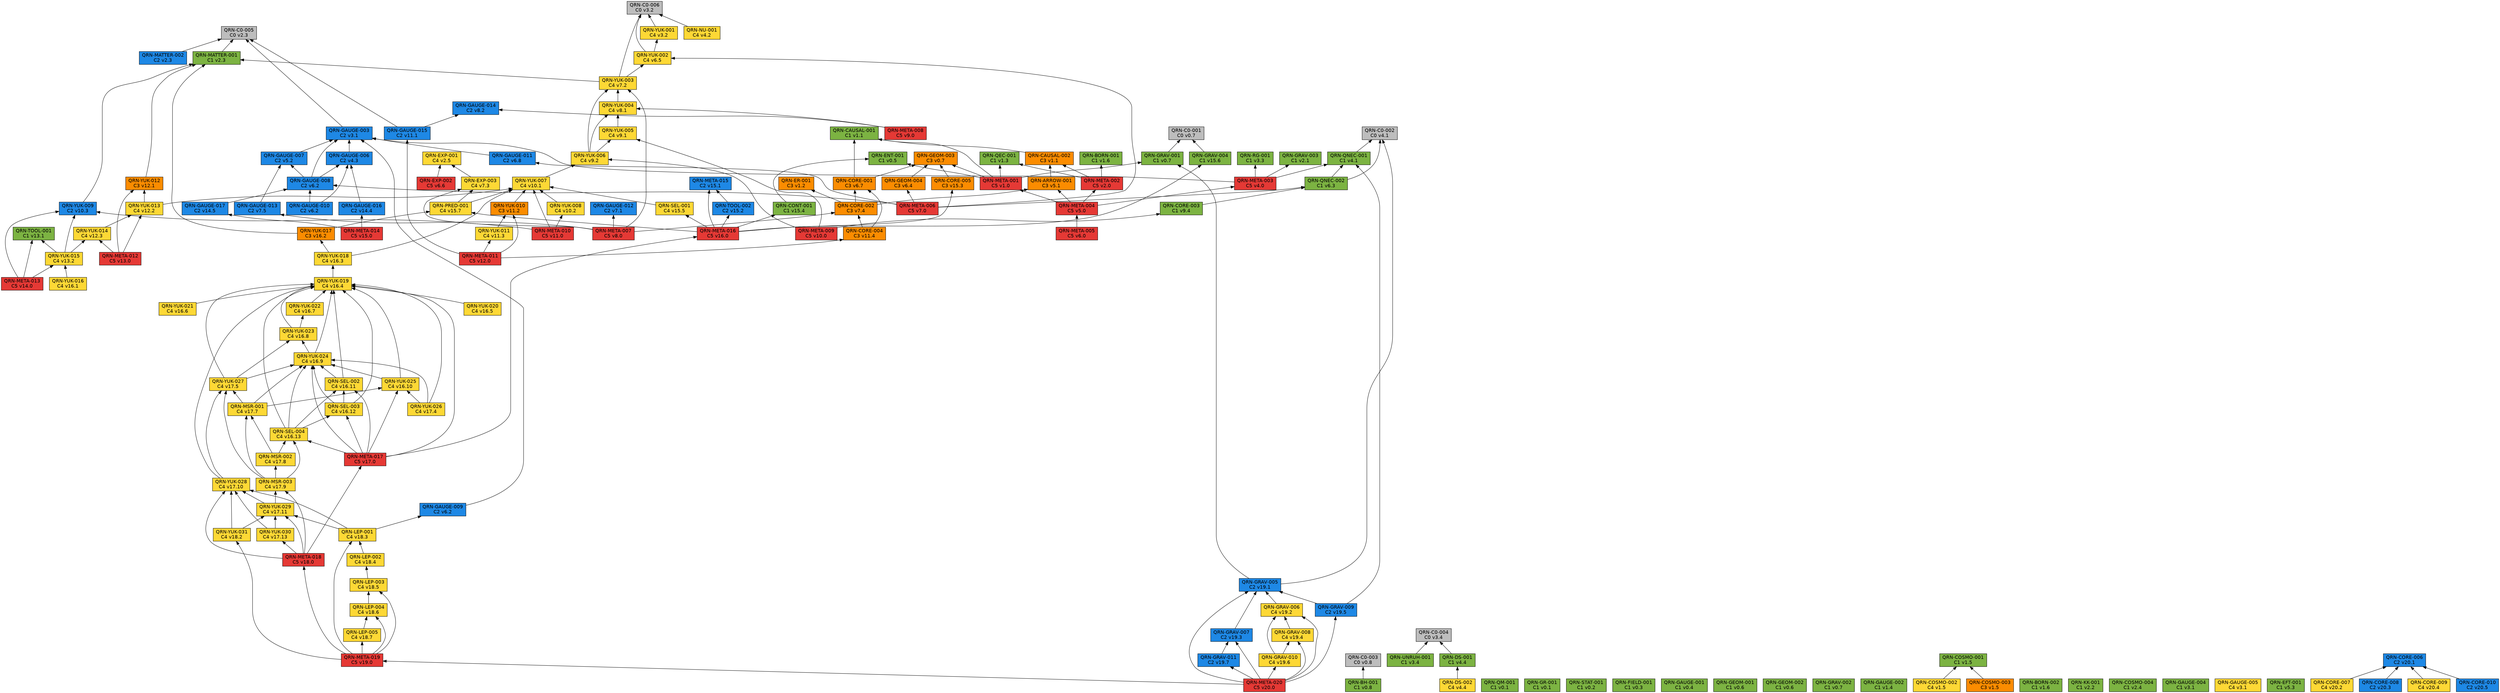
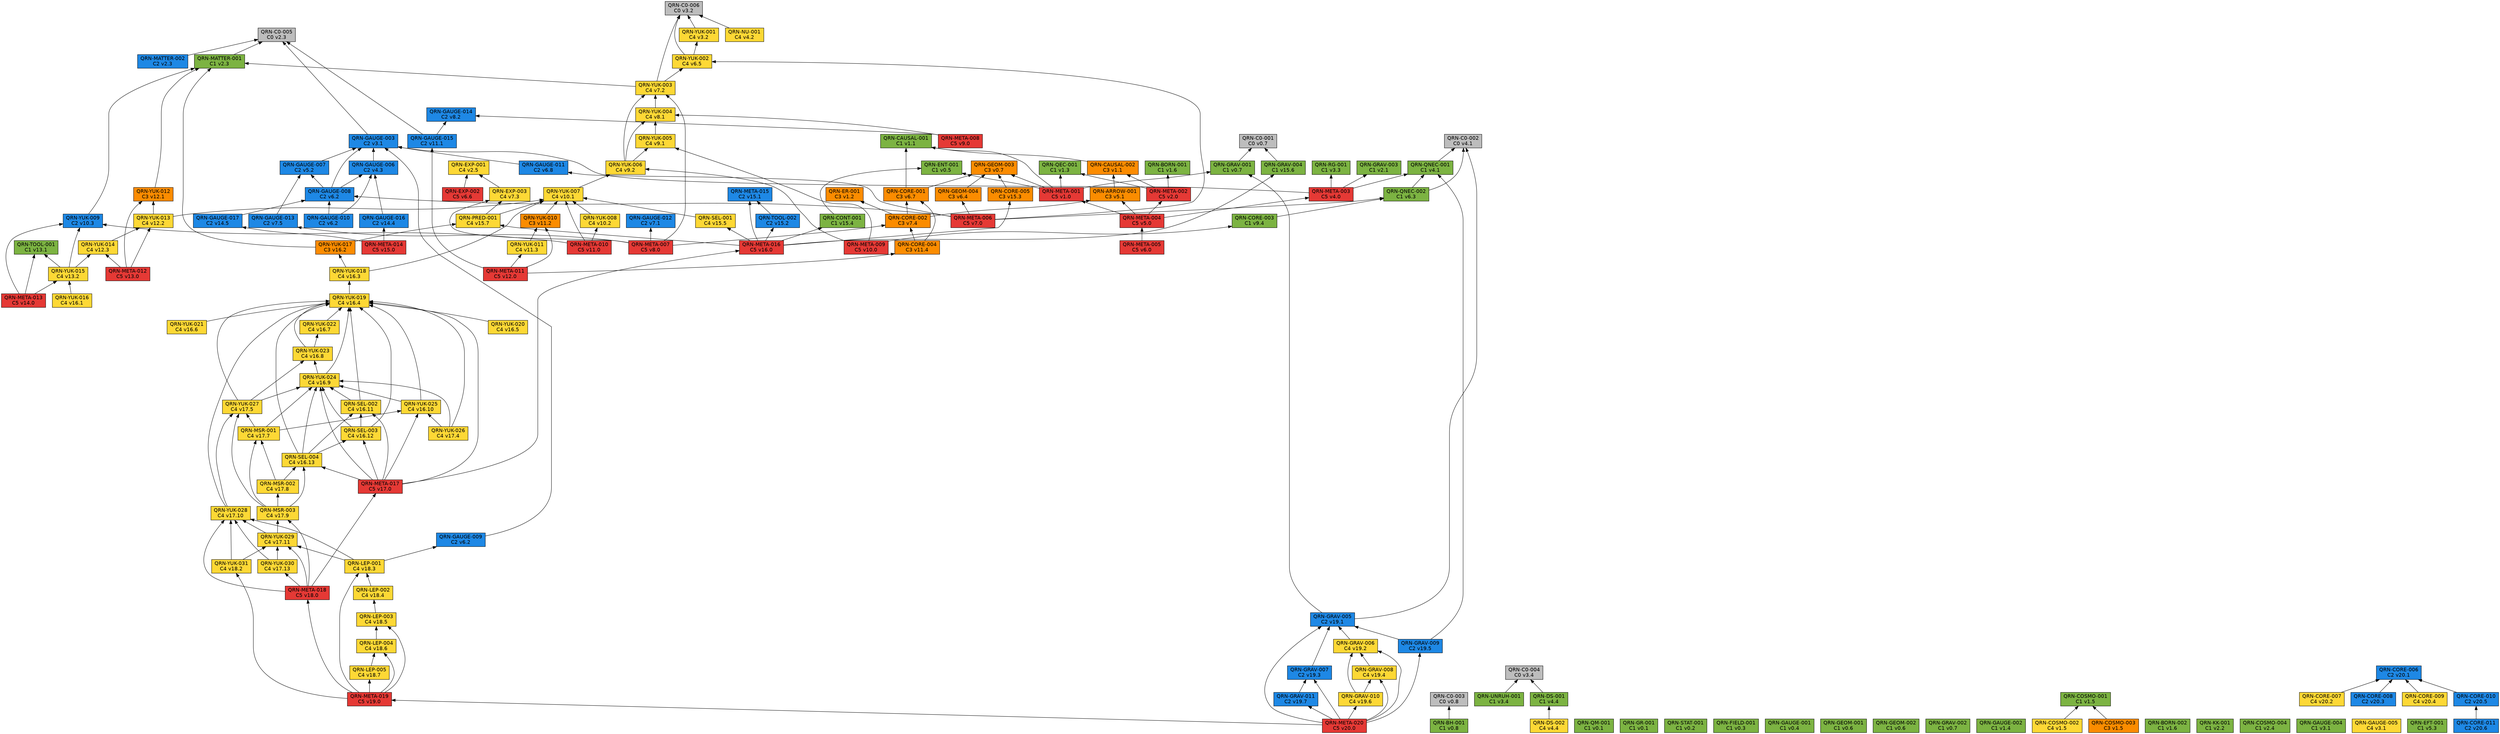
// 自動生成 (dag/report.pl) — QRN 主張依存グラフ
digraph qrn {
  rankdir=BT;
  node [shape=box, style=filled, fontname="Helvetica"];
  "QRN-C0-001" [fillcolor="#bdbdbd", label="QRN-C0-001\nC0 v0.7"];
  "QRN-C0-002" [fillcolor="#bdbdbd", label="QRN-C0-002\nC0 v4.1"];
  "QRN-C0-003" [fillcolor="#bdbdbd", label="QRN-C0-003\nC0 v0.8"];
  "QRN-C0-004" [fillcolor="#bdbdbd", label="QRN-C0-004\nC0 v3.4"];
  "QRN-C0-005" [fillcolor="#bdbdbd", label="QRN-C0-005\nC0 v2.3"];
  "QRN-C0-006" [fillcolor="#bdbdbd", label="QRN-C0-006\nC0 v3.2"];
  "QRN-QM-001" [fillcolor="#7cb342", label="QRN-QM-001\nC1 v0.1"];
  "QRN-GR-001" [fillcolor="#7cb342", label="QRN-GR-001\nC1 v0.1"];
  "QRN-STAT-001" [fillcolor="#7cb342", label="QRN-STAT-001\nC1 v0.2"];
  "QRN-FIELD-001" [fillcolor="#7cb342", label="QRN-FIELD-001\nC1 v0.3"];
  "QRN-GAUGE-001" [fillcolor="#7cb342", label="QRN-GAUGE-001\nC1 v0.4"];
  "QRN-ENT-001" [fillcolor="#7cb342", label="QRN-ENT-001\nC1 v0.5"];
  "QRN-GEOM-001" [fillcolor="#7cb342", label="QRN-GEOM-001\nC1 v0.6"];
  "QRN-GEOM-002" [fillcolor="#7cb342", label="QRN-GEOM-002\nC1 v0.6"];
  "QRN-GEOM-003" [fillcolor="#fb8c00", label="QRN-GEOM-003\nC3 v0.7"];
  "QRN-GRAV-001" [fillcolor="#7cb342", label="QRN-GRAV-001\nC1 v0.7"];
  "QRN-GRAV-002" [fillcolor="#7cb342", label="QRN-GRAV-002\nC1 v0.7"];
  "QRN-BH-001" [fillcolor="#7cb342", label="QRN-BH-001\nC1 v0.8"];
  "QRN-CAUSAL-001" [fillcolor="#7cb342", label="QRN-CAUSAL-001\nC1 v1.1"];
  "QRN-CAUSAL-002" [fillcolor="#fb8c00", label="QRN-CAUSAL-002\nC3 v1.1"];
  "QRN-ER-001" [fillcolor="#fb8c00", label="QRN-ER-001\nC3 v1.2"];
  "QRN-QEC-001" [fillcolor="#7cb342", label="QRN-QEC-001\nC1 v1.3"];
  "QRN-GAUGE-002" [fillcolor="#7cb342", label="QRN-GAUGE-002\nC1 v1.4"];
  "QRN-COSMO-001" [fillcolor="#7cb342", label="QRN-COSMO-001\nC1 v1.5"];
  "QRN-COSMO-002" [fillcolor="#fdd835", label="QRN-COSMO-002\nC4 v1.5"];
  "QRN-COSMO-003" [fillcolor="#fb8c00", label="QRN-COSMO-003\nC3 v1.5"];
  "QRN-BORN-001" [fillcolor="#7cb342", label="QRN-BORN-001\nC1 v1.6"];
  "QRN-BORN-002" [fillcolor="#7cb342", label="QRN-BORN-002\nC1 v1.6"];
  "QRN-GRAV-003" [fillcolor="#7cb342", label="QRN-GRAV-003\nC1 v2.1"];
  "QRN-KK-001" [fillcolor="#7cb342", label="QRN-KK-001\nC1 v2.2"];
  "QRN-MATTER-001" [fillcolor="#7cb342", label="QRN-MATTER-001\nC1 v2.3"];
  "QRN-MATTER-002" [fillcolor="#1e88e5", label="QRN-MATTER-002\nC2 v2.3"];
  "QRN-COSMO-004" [fillcolor="#7cb342", label="QRN-COSMO-004\nC1 v2.4"];
  "QRN-EXP-001" [fillcolor="#fdd835", label="QRN-EXP-001\nC4 v2.5"];
  "QRN-GAUGE-003" [fillcolor="#1e88e5", label="QRN-GAUGE-003\nC2 v3.1"];
  "QRN-GAUGE-004" [fillcolor="#7cb342", label="QRN-GAUGE-004\nC1 v3.1"];
  "QRN-GAUGE-005" [fillcolor="#fdd835", label="QRN-GAUGE-005\nC4 v3.1"];
  "QRN-YUK-001" [fillcolor="#fdd835", label="QRN-YUK-001\nC4 v3.2"];
  "QRN-RG-001" [fillcolor="#7cb342", label="QRN-RG-001\nC1 v3.3"];
  "QRN-UNRUH-001" [fillcolor="#7cb342", label="QRN-UNRUH-001\nC1 v3.4"];
  "QRN-QNEC-001" [fillcolor="#7cb342", label="QRN-QNEC-001\nC1 v4.1"];
  "QRN-NU-001" [fillcolor="#fdd835", label="QRN-NU-001\nC4 v4.2"];
  "QRN-GAUGE-006" [fillcolor="#1e88e5", label="QRN-GAUGE-006\nC2 v4.3"];
  "QRN-DS-001" [fillcolor="#7cb342", label="QRN-DS-001\nC1 v4.4"];
  "QRN-DS-002" [fillcolor="#fdd835", label="QRN-DS-002\nC4 v4.4"];
  "QRN-ARROW-001" [fillcolor="#fb8c00", label="QRN-ARROW-001\nC3 v5.1"];
  "QRN-GAUGE-007" [fillcolor="#1e88e5", label="QRN-GAUGE-007\nC2 v5.2"];
  "QRN-EFT-001" [fillcolor="#7cb342", label="QRN-EFT-001\nC1 v5.3"];
  "QRN-GAUGE-008" [fillcolor="#1e88e5", label="QRN-GAUGE-008\nC2 v6.2"];
  "QRN-GAUGE-009" [fillcolor="#1e88e5", label="QRN-GAUGE-009\nC2 v6.2"];
  "QRN-GAUGE-010" [fillcolor="#1e88e5", label="QRN-GAUGE-010\nC2 v6.2"];
  "QRN-QNEC-002" [fillcolor="#7cb342", label="QRN-QNEC-002\nC1 v6.3"];
  "QRN-GEOM-004" [fillcolor="#fb8c00", label="QRN-GEOM-004\nC3 v6.4"];
  "QRN-YUK-002" [fillcolor="#fdd835", label="QRN-YUK-002\nC4 v6.5"];
  "QRN-EXP-002" [fillcolor="#e53935", label="QRN-EXP-002\nC5 v6.6"];
  "QRN-CORE-001" [fillcolor="#fb8c00", label="QRN-CORE-001\nC3 v6.7"];
  "QRN-GAUGE-011" [fillcolor="#1e88e5", label="QRN-GAUGE-011\nC2 v6.8"];
  "QRN-GAUGE-012" [fillcolor="#1e88e5", label="QRN-GAUGE-012\nC2 v7.1"];
  "QRN-YUK-003" [fillcolor="#fdd835", label="QRN-YUK-003\nC4 v7.2"];
  "QRN-EXP-003" [fillcolor="#fdd835", label="QRN-EXP-003\nC4 v7.3"];
  "QRN-CORE-002" [fillcolor="#fb8c00", label="QRN-CORE-002\nC3 v7.4"];
  "QRN-GAUGE-013" [fillcolor="#1e88e5", label="QRN-GAUGE-013\nC2 v7.5"];
  "QRN-YUK-004" [fillcolor="#fdd835", label="QRN-YUK-004\nC4 v8.1"];
  "QRN-GAUGE-014" [fillcolor="#1e88e5", label="QRN-GAUGE-014\nC2 v8.2"];
  "QRN-META-001" [fillcolor="#e53935", label="QRN-META-001\nC5 v1.0"];
  "QRN-META-002" [fillcolor="#e53935", label="QRN-META-002\nC5 v2.0"];
  "QRN-META-003" [fillcolor="#e53935", label="QRN-META-003\nC5 v4.0"];
  "QRN-META-004" [fillcolor="#e53935", label="QRN-META-004\nC5 v5.0"];
  "QRN-META-005" [fillcolor="#e53935", label="QRN-META-005\nC5 v6.0"];
  "QRN-META-006" [fillcolor="#e53935", label="QRN-META-006\nC5 v7.0"];
  "QRN-META-007" [fillcolor="#e53935", label="QRN-META-007\nC5 v8.0"];
  "QRN-META-008" [fillcolor="#e53935", label="QRN-META-008\nC5 v9.0"];
  "QRN-YUK-005" [fillcolor="#fdd835", label="QRN-YUK-005\nC4 v9.1"];
  "QRN-YUK-006" [fillcolor="#fdd835", label="QRN-YUK-006\nC4 v9.2"];
  "QRN-CORE-003" [fillcolor="#7cb342", label="QRN-CORE-003\nC1 v9.4"];
  "QRN-META-009" [fillcolor="#e53935", label="QRN-META-009\nC5 v10.0"];
  "QRN-YUK-007" [fillcolor="#fdd835", label="QRN-YUK-007\nC4 v10.1"];
  "QRN-YUK-008" [fillcolor="#fdd835", label="QRN-YUK-008\nC4 v10.2"];
  "QRN-YUK-009" [fillcolor="#1e88e5", label="QRN-YUK-009\nC2 v10.3"];
  "QRN-META-010" [fillcolor="#e53935", label="QRN-META-010\nC5 v11.0"];
  "QRN-GAUGE-015" [fillcolor="#1e88e5", label="QRN-GAUGE-015\nC2 v11.1"];
  "QRN-YUK-010" [fillcolor="#fb8c00", label="QRN-YUK-010\nC3 v11.2"];
  "QRN-YUK-011" [fillcolor="#fdd835", label="QRN-YUK-011\nC4 v11.3"];
  "QRN-CORE-004" [fillcolor="#fb8c00", label="QRN-CORE-004\nC3 v11.4"];
  "QRN-META-011" [fillcolor="#e53935", label="QRN-META-011\nC5 v12.0"];
  "QRN-YUK-012" [fillcolor="#fb8c00", label="QRN-YUK-012\nC3 v12.1"];
  "QRN-YUK-013" [fillcolor="#fdd835", label="QRN-YUK-013\nC4 v12.2"];
  "QRN-YUK-014" [fillcolor="#fdd835", label="QRN-YUK-014\nC4 v12.3"];
  "QRN-META-012" [fillcolor="#e53935", label="QRN-META-012\nC5 v13.0"];
  "QRN-TOOL-001" [fillcolor="#7cb342", label="QRN-TOOL-001\nC1 v13.1"];
  "QRN-YUK-015" [fillcolor="#fdd835", label="QRN-YUK-015\nC4 v13.2"];
  "QRN-META-013" [fillcolor="#e53935", label="QRN-META-013\nC5 v14.0"];
  "QRN-GAUGE-016" [fillcolor="#1e88e5", label="QRN-GAUGE-016\nC2 v14.4"];
  "QRN-GAUGE-017" [fillcolor="#1e88e5", label="QRN-GAUGE-017\nC2 v14.5"];
  "QRN-META-014" [fillcolor="#e53935", label="QRN-META-014\nC5 v15.0"];
  "QRN-META-015" [fillcolor="#1e88e5", label="QRN-META-015\nC2 v15.1"];
  "QRN-TOOL-002" [fillcolor="#1e88e5", label="QRN-TOOL-002\nC2 v15.2"];
  "QRN-CORE-005" [fillcolor="#fb8c00", label="QRN-CORE-005\nC3 v15.3"];
  "QRN-CONT-001" [fillcolor="#7cb342", label="QRN-CONT-001\nC1 v15.4"];
  "QRN-SEL-001" [fillcolor="#fdd835", label="QRN-SEL-001\nC4 v15.5"];
  "QRN-GRAV-004" [fillcolor="#7cb342", label="QRN-GRAV-004\nC1 v15.6"];
  "QRN-PRED-001" [fillcolor="#fdd835", label="QRN-PRED-001\nC4 v15.7"];
  "QRN-META-016" [fillcolor="#e53935", label="QRN-META-016\nC5 v16.0"];
  "QRN-YUK-016" [fillcolor="#fdd835", label="QRN-YUK-016\nC4 v16.1"];
  "QRN-YUK-017" [fillcolor="#fb8c00", label="QRN-YUK-017\nC3 v16.2"];
  "QRN-YUK-018" [fillcolor="#fdd835", label="QRN-YUK-018\nC4 v16.3"];
  "QRN-YUK-019" [fillcolor="#fdd835", label="QRN-YUK-019\nC4 v16.4"];
  "QRN-YUK-020" [fillcolor="#fdd835", label="QRN-YUK-020\nC4 v16.5"];
  "QRN-YUK-021" [fillcolor="#fdd835", label="QRN-YUK-021\nC4 v16.6"];
  "QRN-YUK-022" [fillcolor="#fdd835", label="QRN-YUK-022\nC4 v16.7"];
  "QRN-YUK-023" [fillcolor="#fdd835", label="QRN-YUK-023\nC4 v16.8"];
  "QRN-YUK-024" [fillcolor="#fdd835", label="QRN-YUK-024\nC4 v16.9"];
  "QRN-YUK-025" [fillcolor="#fdd835", label="QRN-YUK-025\nC4 v16.10"];
  "QRN-SEL-002" [fillcolor="#fdd835", label="QRN-SEL-002\nC4 v16.11"];
  "QRN-SEL-003" [fillcolor="#fdd835", label="QRN-SEL-003\nC4 v16.12"];
  "QRN-SEL-004" [fillcolor="#fdd835", label="QRN-SEL-004\nC4 v16.13"];
  "QRN-META-017" [fillcolor="#e53935", label="QRN-META-017\nC5 v17.0"];
  "QRN-YUK-026" [fillcolor="#fdd835", label="QRN-YUK-026\nC4 v17.4"];
  "QRN-YUK-027" [fillcolor="#fdd835", label="QRN-YUK-027\nC4 v17.5"];
  "QRN-MSR-001" [fillcolor="#fdd835", label="QRN-MSR-001\nC4 v17.7"];
  "QRN-MSR-002" [fillcolor="#fdd835", label="QRN-MSR-002\nC4 v17.8"];
  "QRN-MSR-003" [fillcolor="#fdd835", label="QRN-MSR-003\nC4 v17.9"];
  "QRN-YUK-028" [fillcolor="#fdd835", label="QRN-YUK-028\nC4 v17.10"];
  "QRN-YUK-029" [fillcolor="#fdd835", label="QRN-YUK-029\nC4 v17.11"];
  "QRN-YUK-030" [fillcolor="#fdd835", label="QRN-YUK-030\nC4 v17.13"];
  "QRN-META-018" [fillcolor="#e53935", label="QRN-META-018\nC5 v18.0"];
  "QRN-YUK-031" [fillcolor="#fdd835", label="QRN-YUK-031\nC4 v18.2"];
  "QRN-LEP-001" [fillcolor="#fdd835", label="QRN-LEP-001\nC4 v18.3"];
  "QRN-LEP-002" [fillcolor="#fdd835", label="QRN-LEP-002\nC4 v18.4"];
  "QRN-LEP-003" [fillcolor="#fdd835", label="QRN-LEP-003\nC4 v18.5"];
  "QRN-LEP-004" [fillcolor="#fdd835", label="QRN-LEP-004\nC4 v18.6"];
  "QRN-LEP-005" [fillcolor="#fdd835", label="QRN-LEP-005\nC4 v18.7"];
  "QRN-META-019" [fillcolor="#e53935", label="QRN-META-019\nC5 v19.0"];
  "QRN-GRAV-005" [fillcolor="#1e88e5", label="QRN-GRAV-005\nC2 v19.1"];
  "QRN-GRAV-006" [fillcolor="#fdd835", label="QRN-GRAV-006\nC4 v19.2"];
  "QRN-GRAV-007" [fillcolor="#1e88e5", label="QRN-GRAV-007\nC2 v19.3"];
  "QRN-GRAV-008" [fillcolor="#fdd835", label="QRN-GRAV-008\nC4 v19.4"];
  "QRN-GRAV-009" [fillcolor="#1e88e5", label="QRN-GRAV-009\nC2 v19.5"];
  "QRN-GRAV-010" [fillcolor="#fdd835", label="QRN-GRAV-010\nC4 v19.6"];
  "QRN-GRAV-011" [fillcolor="#1e88e5", label="QRN-GRAV-011\nC2 v19.7"];
  "QRN-META-020" [fillcolor="#e53935", label="QRN-META-020\nC5 v20.0"];
  "QRN-CORE-006" [fillcolor="#1e88e5", label="QRN-CORE-006\nC2 v20.1"];
  "QRN-CORE-007" [fillcolor="#fdd835", label="QRN-CORE-007\nC4 v20.2"];
  "QRN-CORE-008" [fillcolor="#1e88e5", label="QRN-CORE-008\nC2 v20.3"];
  "QRN-CORE-009" [fillcolor="#fdd835", label="QRN-CORE-009\nC4 v20.4"];
  "QRN-CORE-010" [fillcolor="#1e88e5", label="QRN-CORE-010\nC2 v20.5"];
+   "QRN-CORE-011" [fillcolor="#1e88e5", label="QRN-CORE-011\nC2 v20.6"];
  "QRN-GRAV-001" -> "QRN-C0-001";
  "QRN-BH-001" -> "QRN-C0-003";
  "QRN-CAUSAL-002" -> "QRN-CAUSAL-001";
  "QRN-COSMO-002" -> "QRN-COSMO-001";
  "QRN-COSMO-003" -> "QRN-COSMO-001";
  "QRN-MATTER-001" -> "QRN-C0-005";
  "QRN-MATTER-002" -> "QRN-C0-005";
  "QRN-GAUGE-003" -> "QRN-C0-005";
  "QRN-YUK-001" -> "QRN-C0-006";
  "QRN-UNRUH-001" -> "QRN-C0-004";
  "QRN-QNEC-001" -> "QRN-C0-002";
  "QRN-NU-001" -> "QRN-C0-006";
  "QRN-GAUGE-006" -> "QRN-GAUGE-003";
  "QRN-DS-001" -> "QRN-C0-004";
  "QRN-DS-002" -> "QRN-DS-001";
  "QRN-ARROW-001" -> "QRN-CAUSAL-002";
  "QRN-GAUGE-007" -> "QRN-GAUGE-003";
  "QRN-GAUGE-008" -> "QRN-GAUGE-003";
  "QRN-GAUGE-008" -> "QRN-GAUGE-006";
  "QRN-GAUGE-008" -> "QRN-GAUGE-007";
  "QRN-GAUGE-009" -> "QRN-GAUGE-003";
  "QRN-GAUGE-010" -> "QRN-GAUGE-006";
  "QRN-GAUGE-010" -> "QRN-GAUGE-008";
  "QRN-QNEC-002" -> "QRN-C0-002";
  "QRN-QNEC-002" -> "QRN-QNEC-001";
  "QRN-GEOM-004" -> "QRN-GEOM-003";
  "QRN-YUK-002" -> "QRN-C0-006";
  "QRN-YUK-002" -> "QRN-YUK-001";
  "QRN-EXP-002" -> "QRN-EXP-001";
  "QRN-CORE-001" -> "QRN-GEOM-003";
  "QRN-CORE-001" -> "QRN-CAUSAL-001";
  "QRN-GAUGE-011" -> "QRN-GAUGE-003";
  "QRN-YUK-003" -> "QRN-C0-006";
  "QRN-YUK-003" -> "QRN-MATTER-001";
  "QRN-YUK-003" -> "QRN-YUK-002";
  "QRN-EXP-003" -> "QRN-EXP-001";
  "QRN-CORE-002" -> "QRN-CORE-001";
  "QRN-CORE-002" -> "QRN-ER-001";
  "QRN-CORE-002" -> "QRN-ARROW-001";
  "QRN-GAUGE-013" -> "QRN-GAUGE-007";
  "QRN-YUK-004" -> "QRN-YUK-003";
  "QRN-META-001" -> "QRN-GEOM-003";
  "QRN-META-001" -> "QRN-GRAV-001";
  "QRN-META-001" -> "QRN-CAUSAL-001";
  "QRN-META-001" -> "QRN-QEC-001";
  "QRN-META-001" -> "QRN-ENT-001";
  "QRN-META-002" -> "QRN-QEC-001";
  "QRN-META-002" -> "QRN-BORN-001";
  "QRN-META-002" -> "QRN-CAUSAL-002";
  "QRN-META-003" -> "QRN-GAUGE-003";
  "QRN-META-003" -> "QRN-RG-001";
  "QRN-META-003" -> "QRN-QNEC-001";
  "QRN-META-003" -> "QRN-GRAV-003";
  "QRN-META-004" -> "QRN-META-001";
  "QRN-META-004" -> "QRN-META-002";
  "QRN-META-004" -> "QRN-META-003";
  "QRN-META-004" -> "QRN-ARROW-001";
  "QRN-META-005" -> "QRN-META-004";
  "QRN-META-006" -> "QRN-GAUGE-008";
  "QRN-META-006" -> "QRN-QNEC-002";
  "QRN-META-006" -> "QRN-GEOM-004";
  "QRN-META-006" -> "QRN-YUK-002";
  "QRN-META-006" -> "QRN-GAUGE-011";
  "QRN-META-007" -> "QRN-GAUGE-012";
  "QRN-META-007" -> "QRN-YUK-003";
  "QRN-META-007" -> "QRN-EXP-003";
  "QRN-META-007" -> "QRN-CORE-002";
  "QRN-META-007" -> "QRN-GAUGE-013";
  "QRN-META-008" -> "QRN-YUK-004";
  "QRN-META-008" -> "QRN-GAUGE-014";
  "QRN-YUK-005" -> "QRN-YUK-004";
  "QRN-YUK-006" -> "QRN-YUK-003";
  "QRN-YUK-006" -> "QRN-YUK-004";
  "QRN-YUK-006" -> "QRN-YUK-005";
  "QRN-CORE-003" -> "QRN-QNEC-002";
  "QRN-META-009" -> "QRN-YUK-005";
  "QRN-META-009" -> "QRN-YUK-006";
  "QRN-META-009" -> "QRN-CORE-003";
  "QRN-YUK-007" -> "QRN-YUK-006";
  "QRN-YUK-008" -> "QRN-YUK-007";
  "QRN-YUK-009" -> "QRN-MATTER-001";
  "QRN-META-010" -> "QRN-YUK-007";
  "QRN-META-010" -> "QRN-YUK-008";
  "QRN-META-010" -> "QRN-YUK-009";
  "QRN-GAUGE-015" -> "QRN-C0-005";
  "QRN-GAUGE-015" -> "QRN-GAUGE-014";
  "QRN-YUK-010" -> "QRN-YUK-007";
  "QRN-YUK-011" -> "QRN-YUK-010";
  "QRN-CORE-004" -> "QRN-CORE-001";
  "QRN-CORE-004" -> "QRN-CORE-002";
  "QRN-META-011" -> "QRN-GAUGE-015";
  "QRN-META-011" -> "QRN-YUK-010";
  "QRN-META-011" -> "QRN-YUK-011";
  "QRN-META-011" -> "QRN-CORE-004";
  "QRN-YUK-012" -> "QRN-MATTER-001";
  "QRN-YUK-013" -> "QRN-YUK-012";
  "QRN-YUK-013" -> "QRN-YUK-007";
  "QRN-YUK-014" -> "QRN-YUK-013";
  "QRN-META-012" -> "QRN-YUK-012";
  "QRN-META-012" -> "QRN-YUK-013";
  "QRN-META-012" -> "QRN-YUK-014";
  "QRN-YUK-015" -> "QRN-YUK-014";
  "QRN-YUK-015" -> "QRN-TOOL-001";
  "QRN-YUK-015" -> "QRN-YUK-009";
  "QRN-META-013" -> "QRN-YUK-015";
  "QRN-META-013" -> "QRN-TOOL-001";
  "QRN-META-013" -> "QRN-YUK-009";
  "QRN-GAUGE-016" -> "QRN-GAUGE-006";
  "QRN-GAUGE-017" -> "QRN-GAUGE-008";
  "QRN-META-014" -> "QRN-GAUGE-016";
  "QRN-META-014" -> "QRN-GAUGE-017";
  "QRN-TOOL-002" -> "QRN-META-015";
  "QRN-CORE-005" -> "QRN-GEOM-003";
  "QRN-CONT-001" -> "QRN-ENT-001";
  "QRN-SEL-001" -> "QRN-YUK-007";
  "QRN-GRAV-004" -> "QRN-C0-001";
  "QRN-PRED-001" -> "QRN-YUK-007";
  "QRN-PRED-001" -> "QRN-EXP-003";
  "QRN-META-016" -> "QRN-META-015";
  "QRN-META-016" -> "QRN-TOOL-002";
  "QRN-META-016" -> "QRN-CORE-005";
  "QRN-META-016" -> "QRN-CONT-001";
  "QRN-META-016" -> "QRN-SEL-001";
  "QRN-META-016" -> "QRN-GRAV-004";
  "QRN-META-016" -> "QRN-PRED-001";
  "QRN-YUK-016" -> "QRN-YUK-015";
  "QRN-YUK-017" -> "QRN-MATTER-001";
  "QRN-YUK-017" -> "QRN-PRED-001";
  "QRN-YUK-018" -> "QRN-YUK-017";
  "QRN-YUK-018" -> "QRN-YUK-007";
  "QRN-YUK-019" -> "QRN-YUK-018";
  "QRN-YUK-020" -> "QRN-YUK-019";
  "QRN-YUK-021" -> "QRN-YUK-019";
  "QRN-YUK-022" -> "QRN-YUK-019";
  "QRN-YUK-023" -> "QRN-YUK-019";
  "QRN-YUK-023" -> "QRN-YUK-022";
  "QRN-YUK-024" -> "QRN-YUK-019";
  "QRN-YUK-024" -> "QRN-YUK-023";
  "QRN-YUK-025" -> "QRN-YUK-019";
  "QRN-YUK-025" -> "QRN-YUK-024";
  "QRN-SEL-002" -> "QRN-YUK-019";
  "QRN-SEL-002" -> "QRN-YUK-024";
  "QRN-SEL-003" -> "QRN-YUK-019";
  "QRN-SEL-003" -> "QRN-YUK-024";
  "QRN-SEL-003" -> "QRN-SEL-002";
  "QRN-SEL-004" -> "QRN-YUK-019";
  "QRN-SEL-004" -> "QRN-YUK-024";
  "QRN-SEL-004" -> "QRN-SEL-002";
  "QRN-SEL-004" -> "QRN-SEL-003";
  "QRN-META-017" -> "QRN-META-016";
  "QRN-META-017" -> "QRN-YUK-019";
  "QRN-META-017" -> "QRN-YUK-024";
  "QRN-META-017" -> "QRN-YUK-025";
  "QRN-META-017" -> "QRN-SEL-002";
  "QRN-META-017" -> "QRN-SEL-003";
  "QRN-META-017" -> "QRN-SEL-004";
  "QRN-YUK-026" -> "QRN-YUK-019";
  "QRN-YUK-026" -> "QRN-YUK-024";
  "QRN-YUK-026" -> "QRN-YUK-025";
  "QRN-YUK-027" -> "QRN-YUK-019";
  "QRN-YUK-027" -> "QRN-YUK-023";
  "QRN-YUK-027" -> "QRN-YUK-024";
  "QRN-MSR-001" -> "QRN-YUK-024";
  "QRN-MSR-001" -> "QRN-YUK-025";
  "QRN-MSR-001" -> "QRN-YUK-027";
  "QRN-MSR-002" -> "QRN-SEL-004";
  "QRN-MSR-002" -> "QRN-MSR-001";
  "QRN-MSR-003" -> "QRN-MSR-001";
  "QRN-MSR-003" -> "QRN-MSR-002";
  "QRN-MSR-003" -> "QRN-SEL-004";
  "QRN-MSR-003" -> "QRN-YUK-027";
  "QRN-YUK-028" -> "QRN-YUK-019";
  "QRN-YUK-028" -> "QRN-YUK-027";
  "QRN-YUK-029" -> "QRN-YUK-028";
  "QRN-YUK-029" -> "QRN-MSR-003";
  "QRN-YUK-030" -> "QRN-YUK-028";
  "QRN-YUK-030" -> "QRN-YUK-029";
  "QRN-META-018" -> "QRN-META-017";
  "QRN-META-018" -> "QRN-MSR-003";
  "QRN-META-018" -> "QRN-YUK-028";
  "QRN-META-018" -> "QRN-YUK-029";
  "QRN-META-018" -> "QRN-YUK-030";
  "QRN-YUK-031" -> "QRN-YUK-028";
  "QRN-YUK-031" -> "QRN-YUK-029";
  "QRN-LEP-001" -> "QRN-YUK-028";
  "QRN-LEP-001" -> "QRN-YUK-029";
  "QRN-LEP-001" -> "QRN-GAUGE-009";
  "QRN-LEP-002" -> "QRN-LEP-001";
  "QRN-LEP-003" -> "QRN-LEP-002";
  "QRN-LEP-004" -> "QRN-LEP-003";
  "QRN-LEP-005" -> "QRN-LEP-004";
  "QRN-META-019" -> "QRN-META-018";
  "QRN-META-019" -> "QRN-YUK-031";
  "QRN-META-019" -> "QRN-LEP-001";
  "QRN-META-019" -> "QRN-LEP-003";
  "QRN-META-019" -> "QRN-LEP-004";
  "QRN-META-019" -> "QRN-LEP-005";
  "QRN-GRAV-005" -> "QRN-C0-002";
  "QRN-GRAV-005" -> "QRN-GRAV-001";
  "QRN-GRAV-006" -> "QRN-GRAV-005";
  "QRN-GRAV-007" -> "QRN-GRAV-005";
  "QRN-GRAV-008" -> "QRN-GRAV-006";
  "QRN-GRAV-009" -> "QRN-GRAV-005";
  "QRN-GRAV-009" -> "QRN-QNEC-001";
  "QRN-GRAV-010" -> "QRN-GRAV-006";
  "QRN-GRAV-010" -> "QRN-GRAV-008";
  "QRN-GRAV-011" -> "QRN-GRAV-007";
  "QRN-META-020" -> "QRN-META-019";
  "QRN-META-020" -> "QRN-GRAV-005";
  "QRN-META-020" -> "QRN-GRAV-006";
  "QRN-META-020" -> "QRN-GRAV-007";
  "QRN-META-020" -> "QRN-GRAV-008";
  "QRN-META-020" -> "QRN-GRAV-009";
  "QRN-META-020" -> "QRN-GRAV-010";
  "QRN-META-020" -> "QRN-GRAV-011";
  "QRN-CORE-007" -> "QRN-CORE-006";
  "QRN-CORE-008" -> "QRN-CORE-006";
  "QRN-CORE-009" -> "QRN-CORE-006";
  "QRN-CORE-010" -> "QRN-CORE-006";
+   "QRN-CORE-011" -> "QRN-CORE-010";
}
